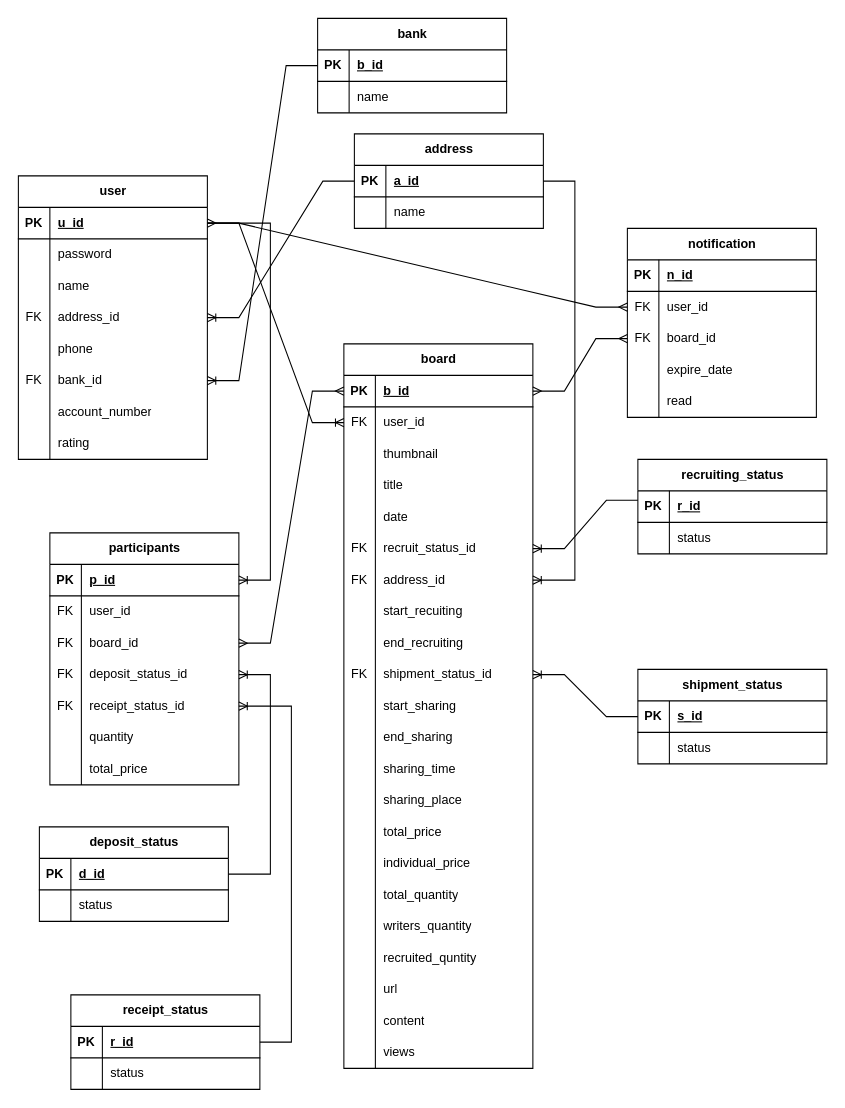
Before: Database/Gajang_ERD.drawio in THREEBACKSU/gajang-backend, a draw.io diagram. Source tidied: cells renumbered, new cells numbered last; positions are measured from the earlier drawing's top-left corner, leaving out a move shared by most shapes. Both pictures are drawn from the tidied source at 105%, with x=0, y=0 at pixel (-3, 18).
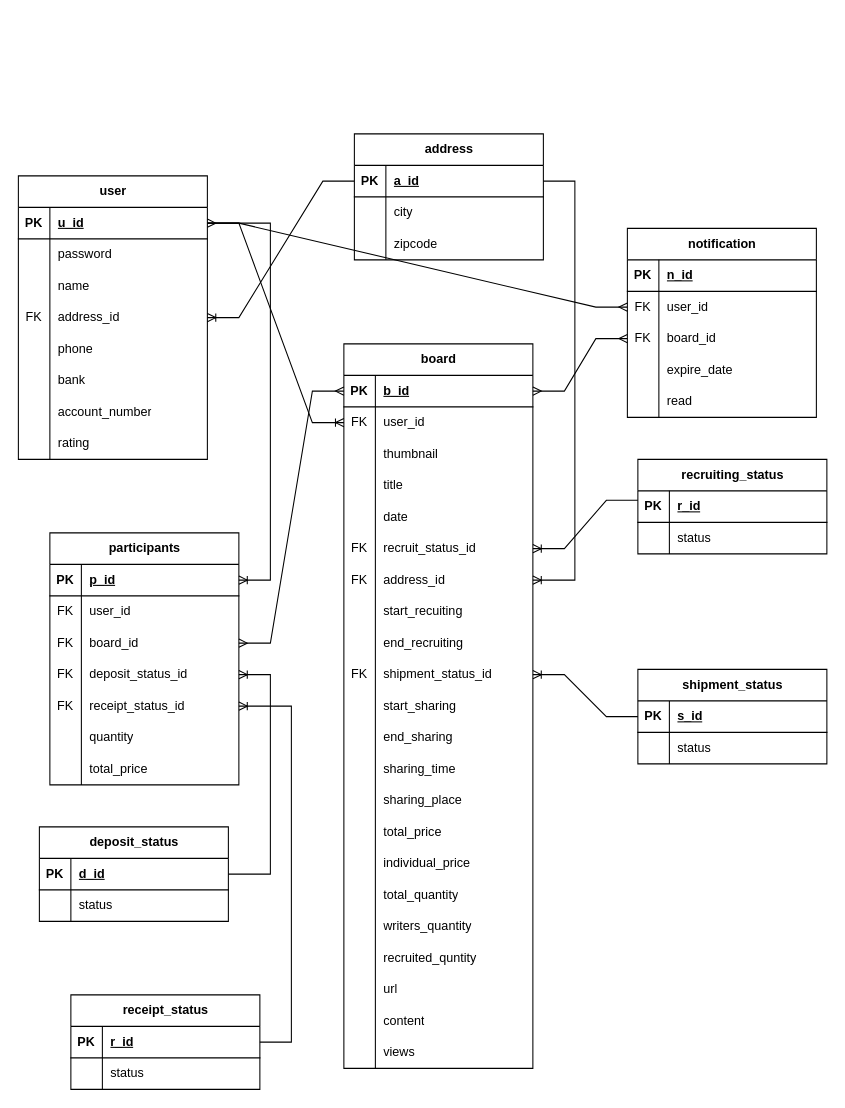
The same diagram, later.

The change refers to these unchanged cells:
```xml
<mxCell id="15" style="shape=tableRow;horizontal=0;startSize=0;swimlaneHead=0;swimlaneBody=0;fillColor=none;top=0;left=0;right=0;bottom=0;" parent="2" vertex="1">
  <mxGeometry y="150" width="180" height="30" as="geometry" />
</mxCell>
<mxCell id="18" style="shape=tableRow;horizontal=0;startSize=0;swimlaneHead=0;swimlaneBody=0;fillColor=none;points=[[0,0.5],[1,0.5]];portConstraint=eastwest;top=0;left=0;right=0;bottom=0;" parent="2" vertex="1">
  <mxGeometry y="180" width="180" height="30" as="geometry" />
</mxCell>
<mxCell id="172" style="shape=tableRow;horizontal=0;startSize=0;swimlaneHead=0;swimlaneBody=0;fillColor=none;top=0;left=0;right=0;bottom=0;" parent="168" vertex="1">
  <mxGeometry y="60" width="180" height="30" as="geometry" />
</mxCell>
```

What changed in the source:
```diff
@@
-    <mxCell id="16" style="shape=partialRectangle;fillColor=none;top=0;left=0;bottom=0;right=0;overflow=hidden;whiteSpace=wrap;html=1;" parent="15" vertex="1">
+    <mxCell id="16" value="&lt;div&gt;&lt;br/&gt;&lt;/div&gt;" style="shape=partialRectangle;fillColor=none;top=0;left=0;bottom=0;right=0;overflow=hidden;whiteSpace=wrap;html=1;" parent="15" vertex="1">
       <mxGeometry width="30" height="30" as="geometry" />
     </mxCell>
@@
-    <mxCell id="19" value="FK" style="shape=partialRectangle;fillColor=none;top=0;left=0;bottom=0;right=0;fontStyle=0;overflow=hidden;whiteSpace=wrap;html=1;" parent="18" vertex="1">
-      <mxGeometry width="30" height="30" as="geometry" />
-    </mxCell>
-    <mxCell id="20" value="bank_id" style="shape=partialRectangle;fillColor=none;top=0;left=0;bottom=0;right=0;align=left;spacingLeft=6;fontStyle=0;overflow=hidden;whiteSpace=wrap;html=1;" parent="18" vertex="1">
-      <mxGeometry x="30" width="150" height="30" as="geometry" />
-    </mxCell>
+    <mxCell id="186" value="&lt;div&gt;&lt;br/&gt;&lt;/div&gt;" style="shape=partialRectangle;fillColor=none;top=0;left=0;bottom=0;right=0;overflow=hidden;whiteSpace=wrap;html=1;" parent="18" vertex="1">
+      <mxGeometry width="30" height="30" as="geometry" />
+    </mxCell>
+    <mxCell id="178" value="bank" style="shape=partialRectangle;fillColor=none;top=0;left=0;bottom=0;right=0;align=left;spacingLeft=6;overflow=hidden;whiteSpace=wrap;html=1;" parent="18" vertex="1">
+      <mxGeometry x="30" width="150" height="30" as="geometry" />
+    </mxCell>
@@
     <mxCell id="168" value="address" style="shape=table;startSize=30;childLayout=tableLayout;rowLines=0;fontStyle=1;align=center;html=1;" parent="1" vertex="1">
-      <mxGeometry x="340" y="110" width="180" height="90" as="geometry" />
+      <mxGeometry x="340" y="110" width="180" height="120" as="geometry" />
     </mxCell>
@@
-    <mxCell id="174" value="name" style="shape=partialRectangle;fillColor=none;top=0;left=0;bottom=0;right=0;align=left;spacingLeft=6;overflow=hidden;whiteSpace=wrap;html=1;" parent="172" vertex="1">
+    <mxCell id="174" value="city" style="shape=partialRectangle;fillColor=none;top=0;left=0;bottom=0;right=0;align=left;spacingLeft=6;overflow=hidden;whiteSpace=wrap;html=1;" parent="172" vertex="1">
       <mxGeometry x="30" width="150" height="30" as="geometry" />
     </mxCell>
+    <mxCell id="187" style="shape=tableRow;horizontal=0;startSize=0;swimlaneHead=0;swimlaneBody=0;fillColor=none;top=0;left=0;right=0;bottom=0;" parent="168" vertex="1">
+      <mxGeometry y="90" width="180" height="30" as="geometry" />
+    </mxCell>
+    <mxCell id="183" style="shape=partialRectangle;fillColor=none;top=0;left=0;bottom=0;right=0;overflow=hidden;whiteSpace=wrap;html=1;" parent="187" vertex="1">
+      <mxGeometry width="30" height="30" as="geometry" />
+    </mxCell>
+    <mxCell id="188" value="zipcode" style="shape=partialRectangle;fillColor=none;top=0;left=0;bottom=0;right=0;align=left;spacingLeft=6;overflow=hidden;whiteSpace=wrap;html=1;" parent="187" vertex="1">
+      <mxGeometry x="30" width="150" height="30" as="geometry" />
+    </mxCell>
@@
-    <mxCell id="178" value="bank" style="shape=table;startSize=30;childLayout=tableLayout;rowLines=0;fontStyle=1;align=center;html=1;" parent="1" vertex="1">
-      <mxGeometry x="305" width="180" height="90" as="geometry" />
-    </mxCell>
-    <mxCell id="179" style="shape=tableRow;horizontal=0;startSize=0;swimlaneHead=0;swimlaneBody=0;fillColor=none;points=[[0,0.5],[1,0.5]];portConstraint=eastwest;top=0;left=0;right=0;bottom=1;" parent="178" vertex="1">
-      <mxGeometry y="30" width="180" height="30" as="geometry" />
-    </mxCell>
-    <mxCell id="180" value="PK" style="shape=partialRectangle;fillColor=none;top=0;left=0;bottom=0;right=0;fontStyle=1;overflow=hidden;whiteSpace=wrap;html=1;" parent="179" vertex="1">
-      <mxGeometry width="30" height="30" as="geometry" />
-    </mxCell>
-    <mxCell id="181" value="b_id" style="shape=partialRectangle;fillColor=none;top=0;left=0;bottom=0;right=0;align=left;spacingLeft=6;fontStyle=5;overflow=hidden;whiteSpace=wrap;html=1;" parent="179" vertex="1">
-      <mxGeometry x="30" width="150" height="30" as="geometry" />
-    </mxCell>
-    <mxCell id="182" style="shape=tableRow;horizontal=0;startSize=0;swimlaneHead=0;swimlaneBody=0;fillColor=none;top=0;left=0;right=0;bottom=0;" parent="178" vertex="1">
-      <mxGeometry y="60" width="180" height="30" as="geometry" />
-    </mxCell>
-    <mxCell id="183" style="shape=partialRectangle;fillColor=none;top=0;left=0;bottom=0;right=0;overflow=hidden;whiteSpace=wrap;html=1;" parent="182" vertex="1">
-      <mxGeometry width="30" height="30" as="geometry" />
-    </mxCell>
-    <mxCell id="184" value="name" style="shape=partialRectangle;fillColor=none;top=0;left=0;bottom=0;right=0;align=left;spacingLeft=6;overflow=hidden;whiteSpace=wrap;html=1;" parent="182" vertex="1">
-      <mxGeometry x="30" width="150" height="30" as="geometry" />
-    </mxCell>
-    <mxCell id="185" style="edgeStyle=entityRelationEdgeStyle;fontSize=12;html=1;endArrow=ERoneToMany;rounded=0;" parent="1" edge="1" source="179" target="18">
-      <mxGeometry relative="1" as="geometry" />
-    </mxCell>
```
